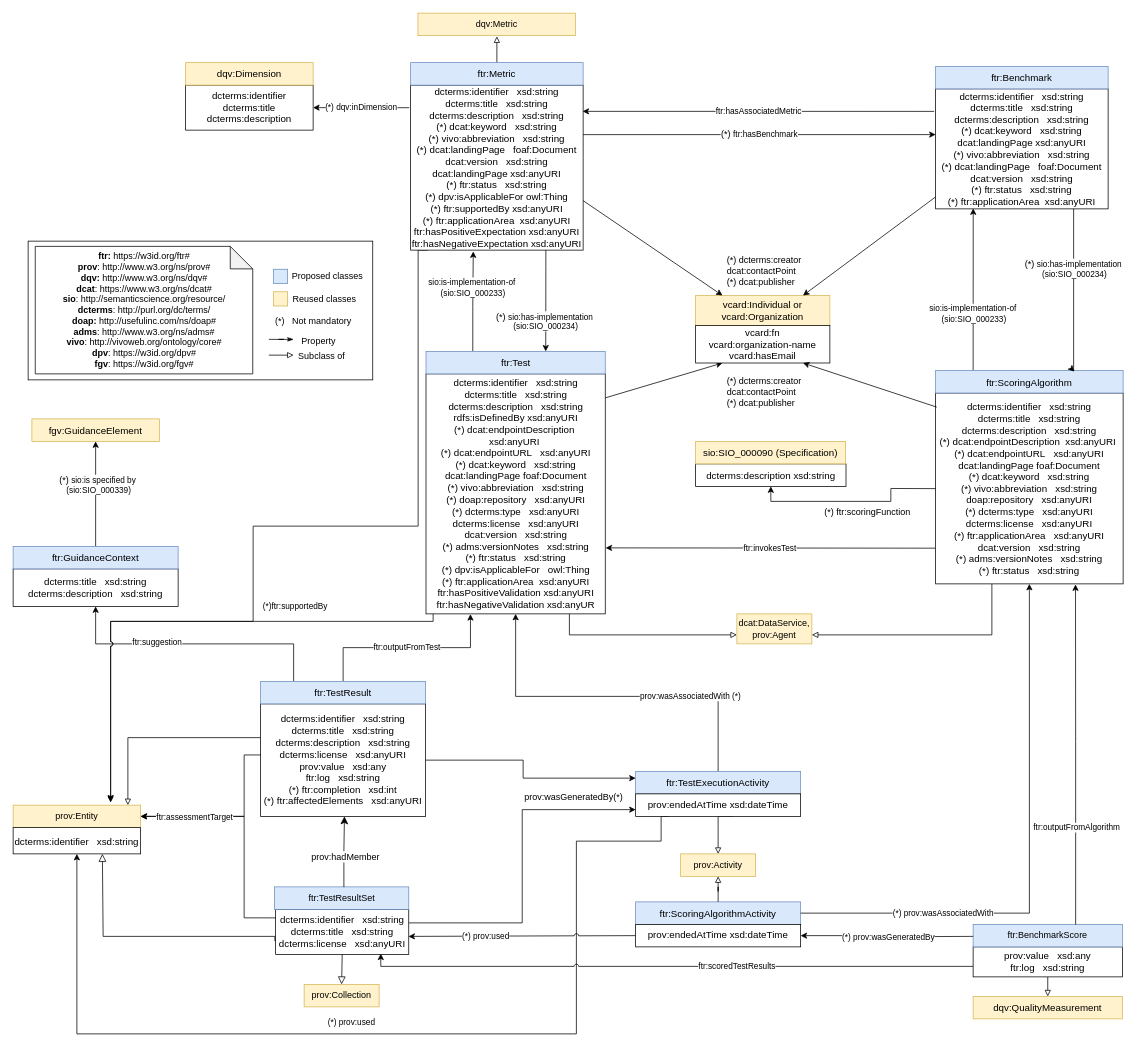
Before: development/img/FAIRTestResult_diagram_v13.drawio.xml in OSTrails/FAIR_testing_resource_vocabulary, a draw.io diagram. Source tidied: cells renumbered, new cells numbered last; positions are measured from the earlier drawing's top-left corner, leaving out a move shared by most shapes. Both pictures are drawn from the tidied source at 75%, with x=0, y=0 at pixel (13, 13).
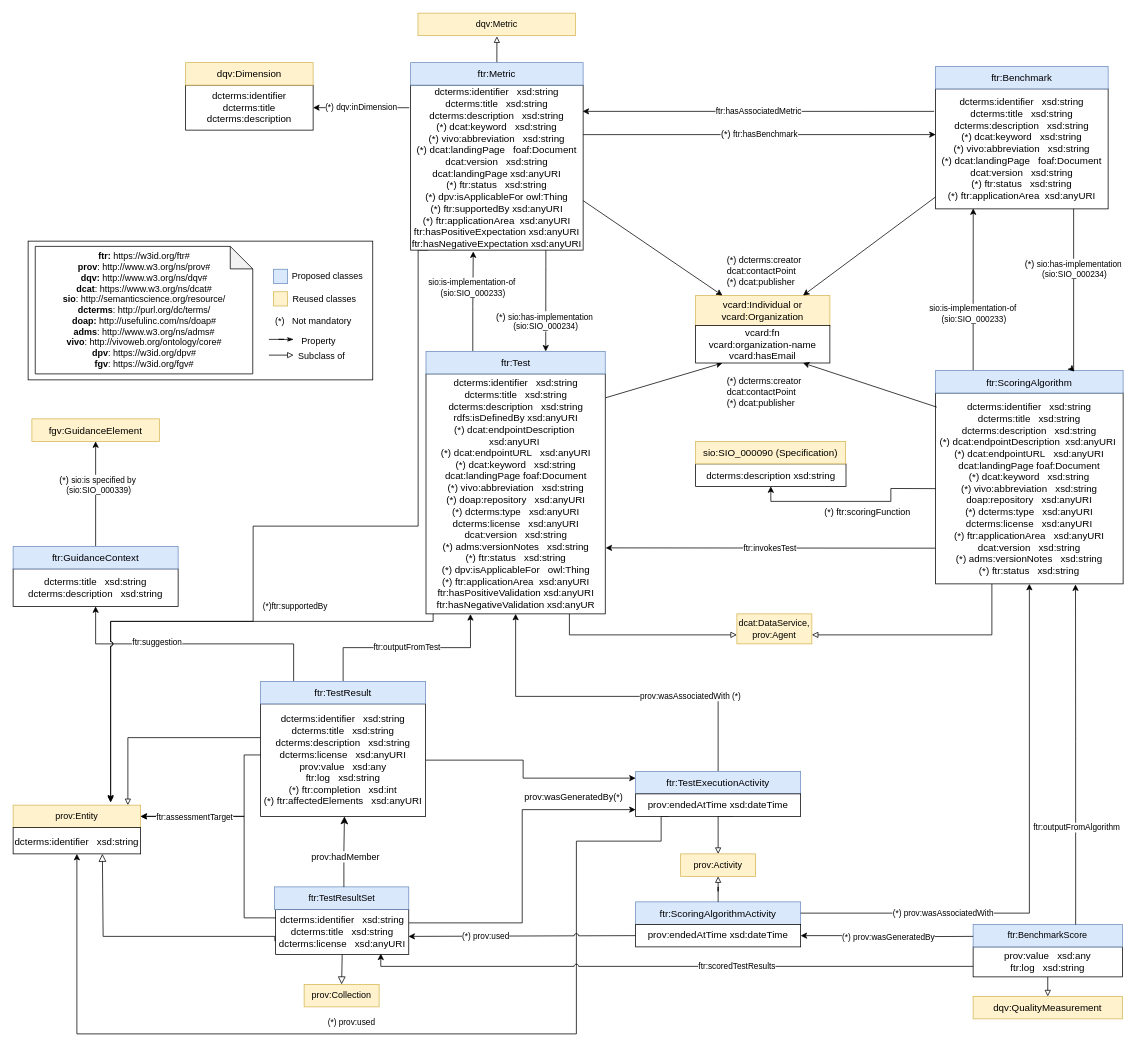
The same page after the edit.

What changed in the source:
```diff
@@
-    <mxCell id="43" value="&lt;span style=&quot;text-decoration-skip-ink: none;&quot;&gt;&lt;font style=&quot;font-size: 13px;&quot;&gt;&lt;div&gt;dcterms:identifier&amp;nbsp; &amp;nbsp;&lt;span style=&quot;background-color: transparent; color: light-dark(rgb(0, 0, 0), rgb(255, 255, 255));&quot;&gt;xsd:string&lt;/span&gt;&lt;/div&gt;&lt;div&gt;&lt;span style=&quot;background-color: initial;&quot;&gt;dcterms:title&amp;nbsp; &amp;nbsp;xsd:string&lt;/span&gt;&lt;br&gt;&lt;/div&gt;&lt;div&gt;dcterms:description&amp;nbsp; &amp;nbsp;&lt;span style=&quot;background-color: transparent; color: light-dark(rgb(0, 0, 0), rgb(255, 255, 255));&quot;&gt;xsd:string&lt;/span&gt;&lt;/div&gt;&lt;div&gt;&lt;span style=&quot;background-color: transparent; color: light-dark(rgb(0, 0, 0), rgb(255, 255, 255));&quot;&gt;(*)&lt;/span&gt;&lt;span style=&quot;background-color: transparent; color: light-dark(rgb(0, 0, 0), rgb(255, 255, 255));&quot;&gt;&amp;nbsp;&lt;/span&gt;dcat:keyword&amp;nbsp; &amp;nbsp;&lt;span style=&quot;background-color: transparent; color: light-dark(rgb(0, 0, 0), rgb(255, 255, 255));&quot;&gt;xsd:string&lt;/span&gt;&lt;/div&gt;&lt;div&gt;&lt;span style=&quot;background-color: transparent; color: light-dark(rgb(0, 0, 0), rgb(255, 255, 255));&quot;&gt;dcat:landingPage xsd:anyURI&lt;/span&gt;&lt;/div&gt;&lt;div&gt;&lt;span style=&quot;background-color: transparent; color: light-dark(rgb(0, 0, 0), rgb(255, 255, 255));&quot;&gt;(*)&lt;/span&gt;&lt;span style=&quot;background-color: transparent; color: light-dark(rgb(0, 0, 0), rgb(255, 255, 255));&quot;&gt;&amp;nbsp;&lt;/span&gt;vivo:abbreviation&amp;nbsp; &amp;nbsp;&lt;span style=&quot;background-color: transparent; color: light-dark(rgb(0, 0, 0), rgb(255, 255, 255));&quot;&gt;xsd:string&lt;/span&gt;&lt;/div&gt;&lt;div&gt;&lt;span style=&quot;background-color: transparent; color: light-dark(rgb(0, 0, 0), rgb(255, 255, 255));&quot;&gt;(*)&lt;/span&gt;&lt;span style=&quot;background-color: transparent; color: light-dark(rgb(0, 0, 0), rgb(255, 255, 255));&quot;&gt;&amp;nbsp;&lt;/span&gt;dcat:landingPage&amp;nbsp; &amp;nbsp;&lt;span style=&quot;background-color: transparent; color: light-dark(rgb(0, 0, 0), rgb(255, 255, 255));&quot;&gt;foaf:Document&lt;/span&gt;&lt;/div&gt;&lt;div&gt;&lt;div&gt;&lt;span style=&quot;background-color: transparent; color: light-dark(rgb(0, 0, 0), rgb(255, 255, 255));&quot;&gt;dcat:version&amp;nbsp; &amp;nbsp;&lt;/span&gt;&lt;span style=&quot;background-color: transparent; color: light-dark(rgb(0, 0, 0), rgb(255, 255, 255));&quot;&gt;xsd:string&lt;/span&gt;&lt;/div&gt;&lt;div&gt;&lt;span style=&quot;color: light-dark(rgb(0, 0, 0), rgb(255, 255, 255)); background-color: transparent;&quot;&gt;(*)&lt;/span&gt;&lt;span style=&quot;color: light-dark(rgb(0, 0, 0), rgb(255, 255, 255)); background-color: transparent;&quot;&gt;&amp;nbsp;&lt;/span&gt;&lt;font face=&quot;Arial&quot;&gt;ftr:status&amp;nbsp; &amp;nbsp;xsd:string&lt;/font&gt;&lt;/div&gt;&lt;/div&gt;&lt;div&gt;&lt;span style=&quot;text-decoration-skip-ink: none;&quot;&gt;&lt;span style=&quot;background-color: transparent; color: light-dark(rgb(0, 0, 0), rgb(255, 255, 255));&quot;&gt;(*)&lt;/span&gt;&lt;span style=&quot;background-color: transparent; color: light-dark(rgb(0, 0, 0), rgb(255, 255, 255));&quot;&gt;&amp;nbsp;&lt;/span&gt;&lt;/span&gt;&lt;span style=&quot;background-color: transparent;&quot;&gt;ftr:applicationArea&lt;/span&gt;&lt;span style=&quot;color: light-dark(rgb(0, 0, 0), rgb(255, 255, 255)); background-color: transparent; font-family: Arial;&quot;&gt;&amp;nbsp; xsd:anyURI&lt;/span&gt;&lt;/div&gt;&lt;/font&gt;&lt;/span&gt;" style="rounded=0;whiteSpace=wrap;html=1;snapToPoint=1;points=[[0.1,0],[0.2,0],[0.3,0],[0.4,0],[0.5,0],[0.6,0],[0.7,0],[0.8,0],[0.9,0],[0,0.1],[0,0.3],[0,0.5],[0,0.7],[0,0.9],[0.1,1],[0.2,1],[0.3,1],[0.4,1],[0.5,1],[0.6,1],[0.7,1],[0.8,1],[0.9,1],[1,0.1],[1,0.3],[1,0.5],[1,0.7],[1,0.9]];" parent="1" vertex="1">
+    <mxCell id="43" value="&lt;span style=&quot;text-decoration-skip-ink: none;&quot;&gt;&lt;font style=&quot;font-size: 13px;&quot;&gt;&lt;div&gt;dcterms:identifier&amp;nbsp; &amp;nbsp;&lt;span style=&quot;background-color: transparent; color: light-dark(rgb(0, 0, 0), rgb(255, 255, 255));&quot;&gt;xsd:string&lt;/span&gt;&lt;/div&gt;&lt;div&gt;&lt;span style=&quot;background-color: initial;&quot;&gt;dcterms:title&amp;nbsp; &amp;nbsp;xsd:string&lt;/span&gt;&lt;br&gt;&lt;/div&gt;&lt;div&gt;dcterms:description&amp;nbsp; &amp;nbsp;&lt;span style=&quot;background-color: transparent; color: light-dark(rgb(0, 0, 0), rgb(255, 255, 255));&quot;&gt;xsd:string&lt;/span&gt;&lt;/div&gt;&lt;div&gt;&lt;span style=&quot;background-color: transparent; color: light-dark(rgb(0, 0, 0), rgb(255, 255, 255));&quot;&gt;(*)&lt;/span&gt;&lt;span style=&quot;background-color: transparent; color: light-dark(rgb(0, 0, 0), rgb(255, 255, 255));&quot;&gt;&amp;nbsp;&lt;/span&gt;dcat:keyword&amp;nbsp; &amp;nbsp;&lt;span style=&quot;background-color: transparent; color: light-dark(rgb(0, 0, 0), rgb(255, 255, 255));&quot;&gt;xsd:string&lt;/span&gt;&lt;/div&gt;&lt;div&gt;&lt;span style=&quot;background-color: transparent; color: light-dark(rgb(0, 0, 0), rgb(255, 255, 255));&quot;&gt;(*)&lt;/span&gt;&lt;span style=&quot;background-color: transparent; color: light-dark(rgb(0, 0, 0), rgb(255, 255, 255));&quot;&gt;&amp;nbsp;&lt;/span&gt;vivo:abbreviation&amp;nbsp; &amp;nbsp;&lt;span style=&quot;background-color: transparent; color: light-dark(rgb(0, 0, 0), rgb(255, 255, 255));&quot;&gt;xsd:string&lt;/span&gt;&lt;/div&gt;&lt;div&gt;&lt;span style=&quot;background-color: transparent; color: light-dark(rgb(0, 0, 0), rgb(255, 255, 255));&quot;&gt;(*)&lt;/span&gt;&lt;span style=&quot;background-color: transparent; color: light-dark(rgb(0, 0, 0), rgb(255, 255, 255));&quot;&gt;&amp;nbsp;&lt;/span&gt;dcat:landingPage&amp;nbsp; &amp;nbsp;&lt;span style=&quot;background-color: transparent; color: light-dark(rgb(0, 0, 0), rgb(255, 255, 255));&quot;&gt;foaf:Document&lt;/span&gt;&lt;/div&gt;&lt;div&gt;&lt;div&gt;&lt;span style=&quot;background-color: transparent; color: light-dark(rgb(0, 0, 0), rgb(255, 255, 255));&quot;&gt;dcat:version&amp;nbsp; &amp;nbsp;&lt;/span&gt;&lt;span style=&quot;background-color: transparent; color: light-dark(rgb(0, 0, 0), rgb(255, 255, 255));&quot;&gt;xsd:string&lt;/span&gt;&lt;/div&gt;&lt;div&gt;&lt;span style=&quot;color: light-dark(rgb(0, 0, 0), rgb(255, 255, 255)); background-color: transparent;&quot;&gt;(*)&lt;/span&gt;&lt;span style=&quot;color: light-dark(rgb(0, 0, 0), rgb(255, 255, 255)); background-color: transparent;&quot;&gt;&amp;nbsp;&lt;/span&gt;&lt;font face=&quot;Arial&quot;&gt;ftr:status&amp;nbsp; &amp;nbsp;xsd:string&lt;/font&gt;&lt;/div&gt;&lt;/div&gt;&lt;div&gt;&lt;span style=&quot;text-decoration-skip-ink: none;&quot;&gt;&lt;span style=&quot;background-color: transparent; color: light-dark(rgb(0, 0, 0), rgb(255, 255, 255));&quot;&gt;(*)&lt;/span&gt;&lt;span style=&quot;background-color: transparent; color: light-dark(rgb(0, 0, 0), rgb(255, 255, 255));&quot;&gt;&amp;nbsp;&lt;/span&gt;&lt;/span&gt;&lt;span style=&quot;background-color: transparent;&quot;&gt;ftr:applicationArea&lt;/span&gt;&lt;span style=&quot;color: light-dark(rgb(0, 0, 0), rgb(255, 255, 255)); background-color: transparent; font-family: Arial;&quot;&gt;&amp;nbsp; xsd:anyURI&lt;/span&gt;&lt;/div&gt;&lt;/font&gt;&lt;/span&gt;" style="rounded=0;whiteSpace=wrap;html=1;snapToPoint=1;points=[[0.1,0],[0.2,0],[0.3,0],[0.4,0],[0.5,0],[0.6,0],[0.7,0],[0.8,0],[0.9,0],[0,0.1],[0,0.3],[0,0.5],[0,0.7],[0,0.9],[0.1,1],[0.2,1],[0.3,1],[0.4,1],[0.5,1],[0.6,1],[0.7,1],[0.8,1],[0.9,1],[1,0.1],[1,0.3],[1,0.5],[1,0.7],[1,0.9]];" parent="1" vertex="1">
       <mxGeometry x="1230" y="101" width="230" height="160" as="geometry" />
     </mxCell>
```
